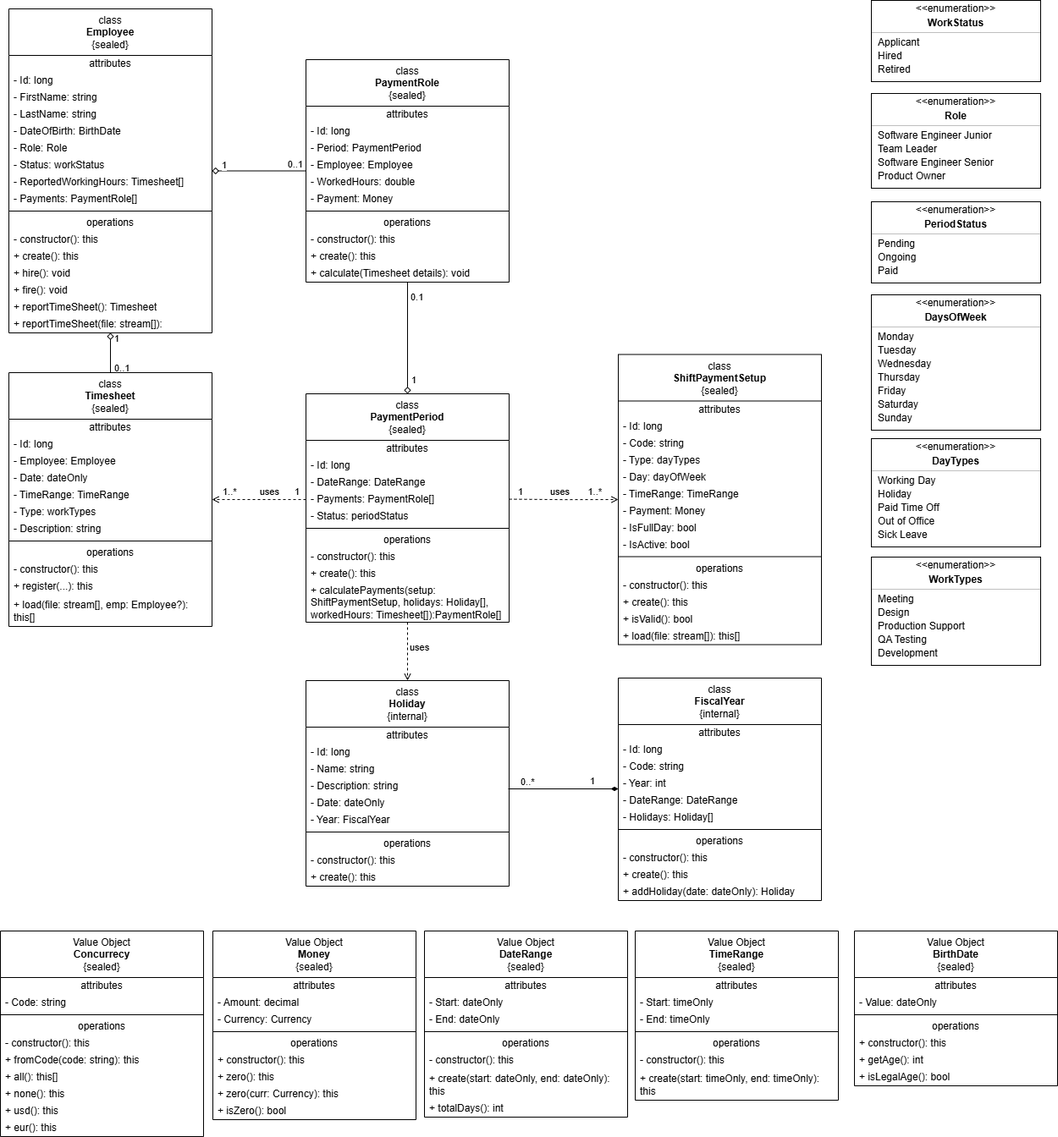
rsmacias/PaymentCalculator keeps this draw.io diagram as docs/images/domain-model.png. Above is the earlier version. Source tidied: cells renumbered, new cells last; positions are measured from the earlier drawing's top-left corner, leaving out a move shared by most shapes.
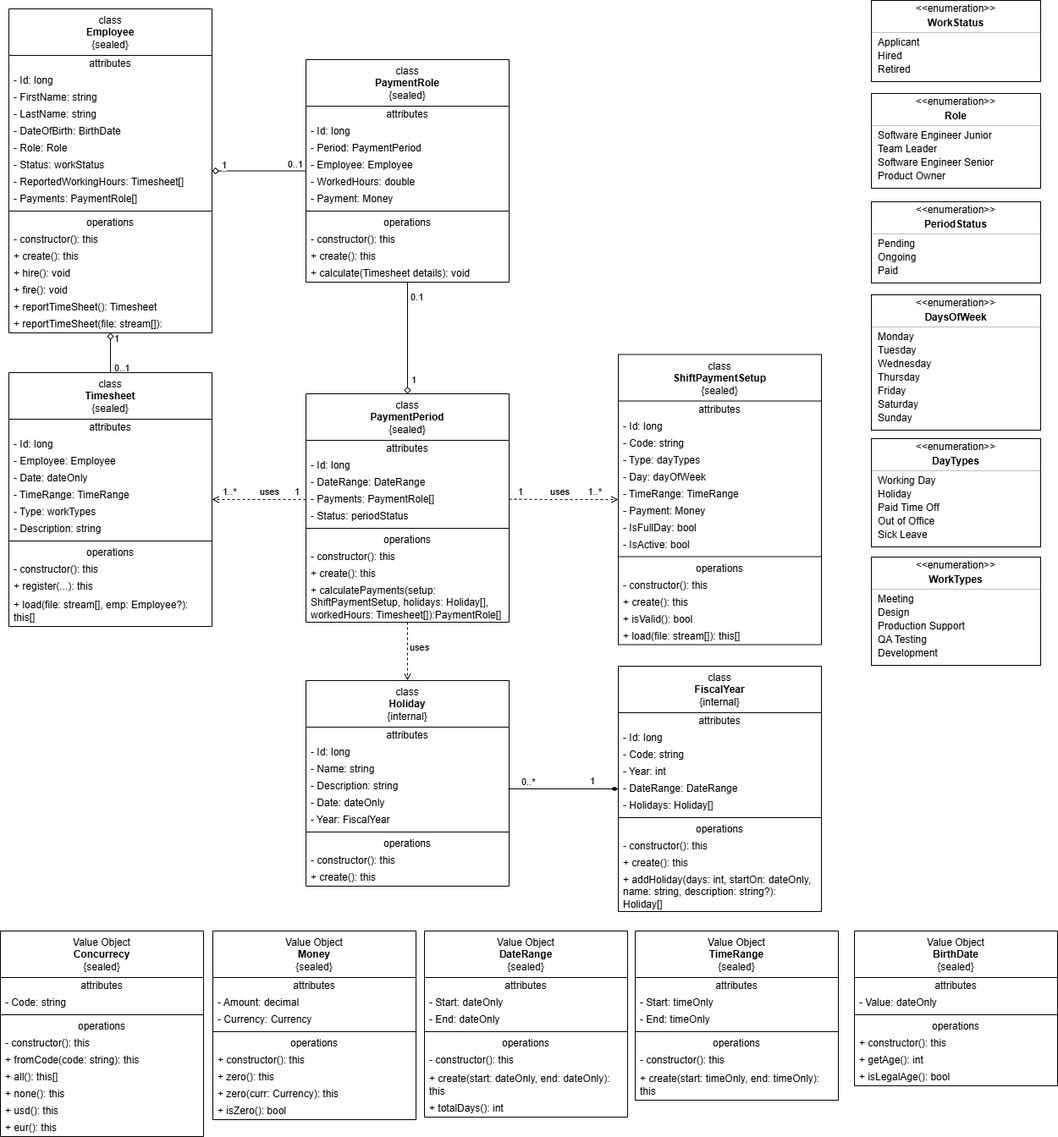
The same diagram one commit later.

Commit message:
refactor(domain): added the behaviors for the holiday creation.

The edit, as a diff of the source:
```diff
@@ -526,7 +526,7 @@
       <mxGeometry x="0.8" relative="1" as="geometry" />
     </mxCell>
     <mxCell id="173" value="class&lt;br&gt;&lt;b&gt;FiscalYear&lt;/b&gt;&lt;br&gt;{internal}" style="swimlane;fontStyle=0;align=center;verticalAlign=top;horizontal=1;startSize=55;html=1;whiteSpace=wrap;" parent="1" vertex="1">
-      <mxGeometry x="730" y="801" width="240" height="263" as="geometry" />
+      <mxGeometry x="730" y="787" width="240" height="290" as="geometry" />
     </mxCell>
     <mxCell id="174" value="attributes" style="text;html=1;strokeColor=none;fillColor=none;align=center;verticalAlign=middle;spacingLeft=4;spacingRight=4;overflow=hidden;whiteSpace=wrap;" parent="173" vertex="1">
       <mxGeometry y="55" width="240" height="20" as="geometry" />
@@ -558,8 +558,8 @@
     <mxCell id="183" value="+ create(): this" style="text;html=1;strokeColor=none;fillColor=none;align=left;verticalAlign=middle;spacingLeft=4;spacingRight=4;overflow=hidden;whiteSpace=wrap;" parent="173" vertex="1">
       <mxGeometry y="223" width="240" height="20" as="geometry" />
     </mxCell>
-    <mxCell id="184" value="+ addHoliday(date: dateOnly): Holiday" style="text;html=1;strokeColor=none;fillColor=none;align=left;verticalAlign=middle;spacingLeft=4;spacingRight=4;overflow=hidden;whiteSpace=wrap;" parent="173" vertex="1">
-      <mxGeometry y="243" width="240" height="20" as="geometry" />
+    <mxCell id="184" value="+ addHoliday(days: int, startOn: dateOnly, name: string, description: string?): Holiday[]" style="text;html=1;strokeColor=none;fillColor=none;align=left;verticalAlign=middle;spacingLeft=4;spacingRight=4;overflow=hidden;whiteSpace=wrap;" parent="173" vertex="1">
+      <mxGeometry y="243" width="240" height="47" as="geometry" />
     </mxCell>
     <mxCell id="185" value="Value Object&lt;br&gt;&lt;b&gt;Money&lt;/b&gt;&lt;br&gt;{sealed}" style="swimlane;fontStyle=0;align=center;verticalAlign=top;horizontal=1;startSize=55;html=1;whiteSpace=wrap;" parent="1" vertex="1">
       <mxGeometry x="251" y="1100" width="240" height="223" as="geometry" />
```
